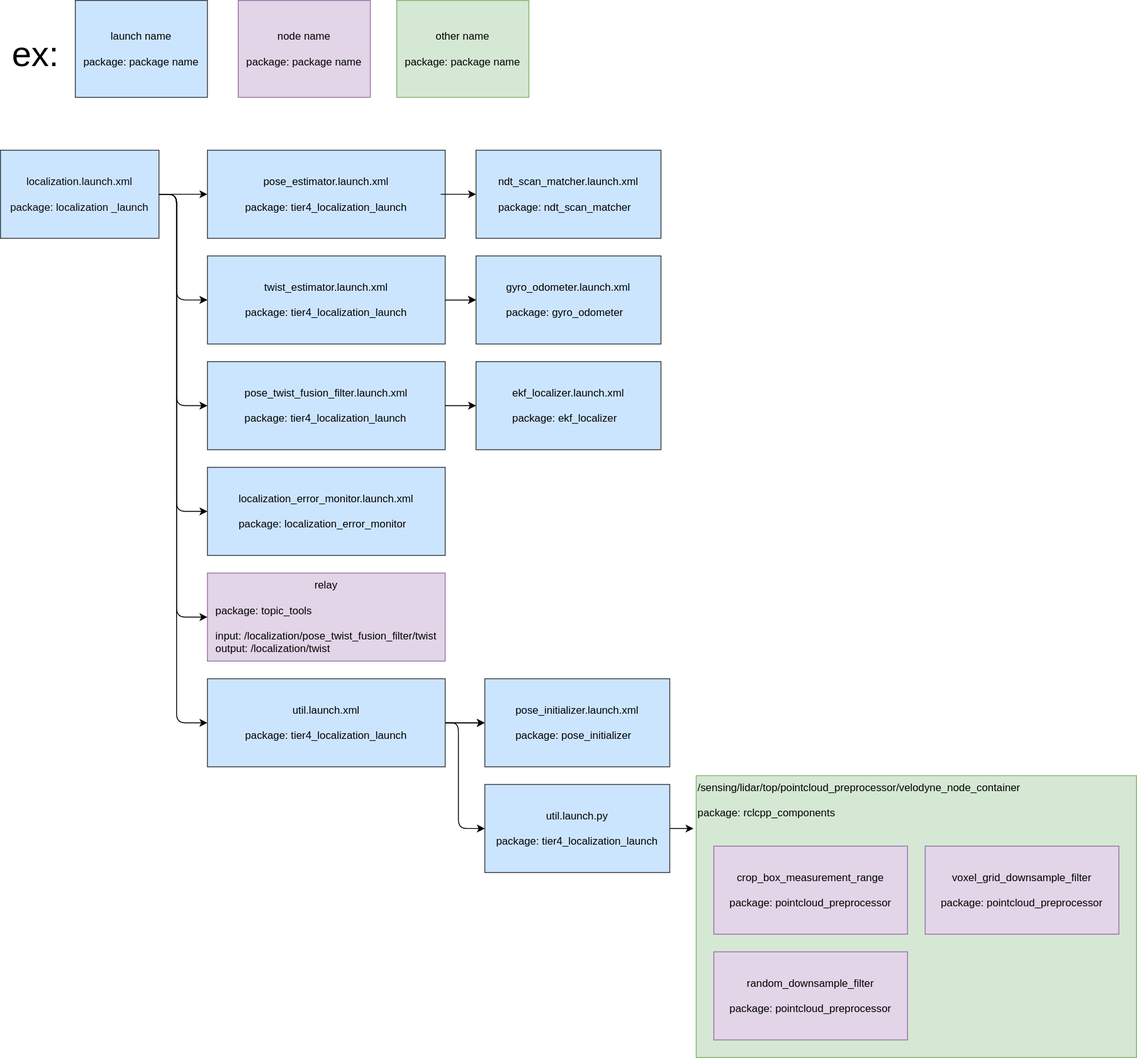
Before: main/launch/tier4_localization_launch/localization_launch.drawio.svg, a diagram exported from draw.io (ralwing/autoware.universe). Source tidied: cells renumbered, new cells last; positions are measured from the earlier drawing's top-left corner, leaving out a move shared by most shapes.
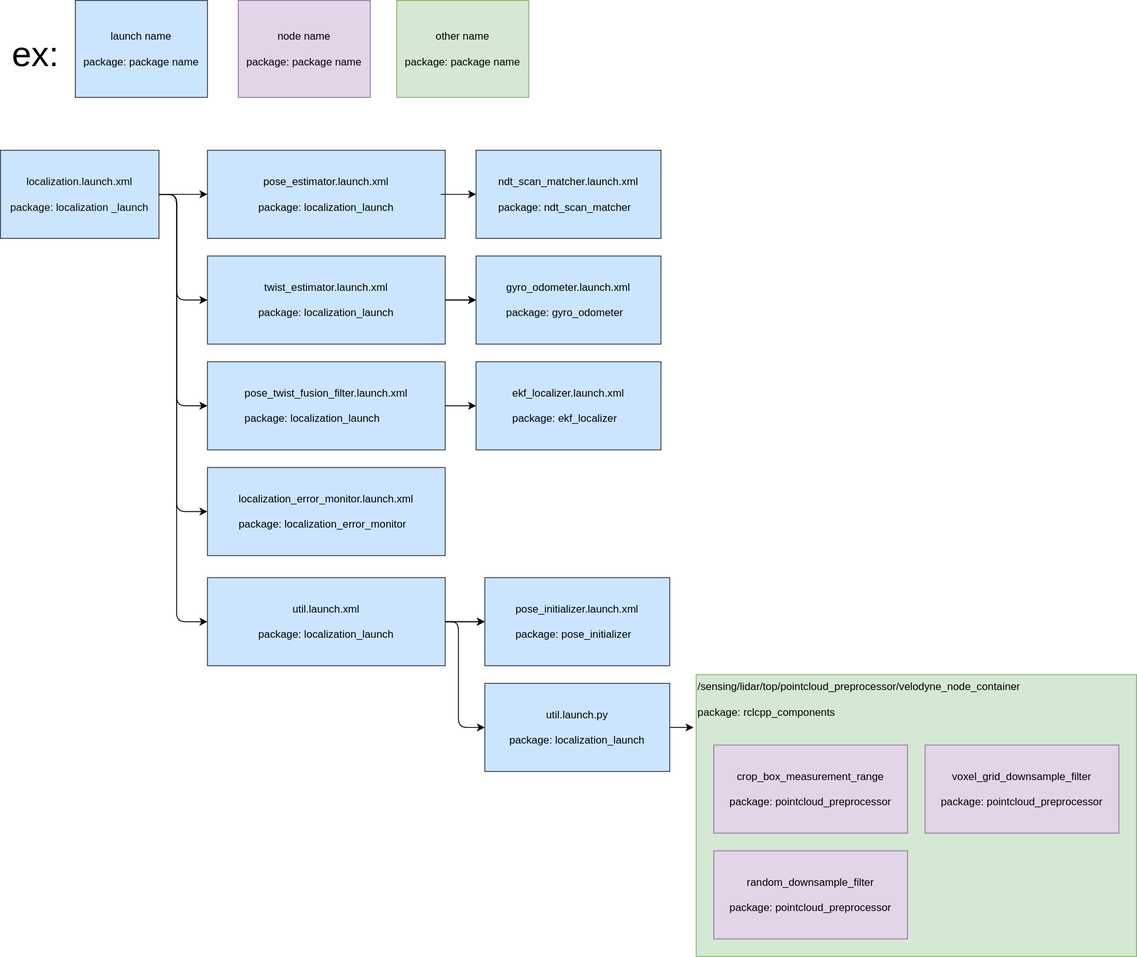
The same file after the commit.

Diff of the diagram source:
```diff
@@ -3,7 +3,7 @@
     <mxCell id="0" />
     <mxCell id="1" parent="0" />
     <mxCell id="2" value="/sensing/lidar/top/pointcloud_preprocessor/velodyne_node_container&lt;br&gt;&lt;br&gt;&lt;div&gt;&lt;span&gt;package: rclcpp_components&lt;/span&gt;&lt;/div&gt;" style="rounded=0;whiteSpace=wrap;html=1;fillColor=#d5e8d4;strokeColor=#82b366;fontColor=#000000;verticalAlign=top;align=left;" parent="1" vertex="1">
-      <mxGeometry x="790" y="880" width="500" height="320" as="geometry" />
+      <mxGeometry x="790" y="765" width="500" height="320" as="geometry" />
     </mxCell>
     <mxCell id="3" value="localization.launch.xml&lt;br&gt;&lt;br&gt;&lt;div&gt;&lt;span&gt;package: localization&lt;/span&gt;&lt;span&gt;_launch&lt;/span&gt;&lt;/div&gt;" style="rounded=0;whiteSpace=wrap;html=1;fillColor=#cce5ff;strokeColor=#36393d;fontColor=#0A0A0A;verticalAlign=middle;align=center;" parent="1" vertex="1">
       <mxGeometry y="170" width="180" height="100" as="geometry" />
@@ -15,13 +15,13 @@
       <mxGeometry relative="1" as="geometry" />
     </mxCell>
     <mxCell id="6" value="util.launch.xml&lt;br&gt;&lt;br&gt;&lt;div style=&quot;text-align: left&quot;&gt;package: localization_launch&lt;/div&gt;" style="rounded=0;whiteSpace=wrap;html=1;fillColor=#cce5ff;strokeColor=#36393d;fontColor=#000000;" parent="1" vertex="1">
-      <mxGeometry x="235" y="770" width="270" height="100" as="geometry" />
+      <mxGeometry x="235" y="655" width="270" height="100" as="geometry" />
     </mxCell>
     <mxCell id="7" style="endArrow=classic;html=1;exitX=1;exitY=0.5;exitDx=0;exitDy=0;entryX=0;entryY=0.5;entryDx=0;entryDy=0;" parent="1" edge="1" source="3" target="6">
       <mxGeometry relative="1" as="geometry">
         <Array as="points">
           <mxPoint x="200" y="220" />
-          <mxPoint x="200" y="820" />
+          <mxPoint x="200" y="705" />
         </Array>
       </mxGeometry>
     </mxCell>
@@ -89,17 +89,6 @@
         </Array>
       </mxGeometry>
     </mxCell>
-    <mxCell id="22" value="relay&lt;br&gt;&lt;br&gt;&lt;div style=&quot;text-align: left&quot;&gt;&lt;span&gt;package: topic_tools&lt;/span&gt;&lt;/div&gt;&lt;div style=&quot;text-align: left&quot;&gt;&lt;span&gt;&lt;br&gt;&lt;/span&gt;&lt;/div&gt;&lt;div style=&quot;text-align: left&quot;&gt;&lt;span&gt;input: /localization/pose_twist_fusion_filter/twist&lt;/span&gt;&lt;/div&gt;&lt;div style=&quot;text-align: left&quot;&gt;&lt;span&gt;output: /localization/twist&lt;/span&gt;&lt;/div&gt;" style="rounded=0;whiteSpace=wrap;html=1;fillColor=#e1d5e7;strokeColor=#9673a6;fontColor=#000000;" parent="1" vertex="1">
-      <mxGeometry x="235" y="650" width="270" height="100" as="geometry" />
-    </mxCell>
-    <mxCell id="23" style="endArrow=classic;html=1;exitX=1;exitY=0.5;exitDx=0;exitDy=0;entryX=0;entryY=0.5;entryDx=0;entryDy=0;" parent="1" edge="1" source="3" target="22">
-      <mxGeometry relative="1" as="geometry">
-        <Array as="points">
-          <mxPoint x="200" y="220" />
-          <mxPoint x="200" y="700" />
-        </Array>
-      </mxGeometry>
-    </mxCell>
     <mxCell id="24" value="ndt_scan_matcher.launch.xml&lt;br&gt;&lt;br&gt;&lt;div style=&quot;text-align: left&quot;&gt;&lt;span&gt;package: ndt_scan_matcher&lt;/span&gt;&lt;/div&gt;" style="rounded=0;whiteSpace=wrap;html=1;fillColor=#cce5ff;strokeColor=#36393d;fontColor=#000000;" parent="1" vertex="1">
       <mxGeometry x="540" y="170" width="210" height="100" as="geometry" />
     </mxCell>
@@ -119,31 +108,31 @@
       <mxGeometry relative="1" as="geometry" />
     </mxCell>
     <mxCell id="30" value="pose_initializer.launch.xml&lt;br&gt;&lt;br&gt;&lt;div style=&quot;text-align: left&quot;&gt;&lt;span&gt;package: pose_initializer&lt;/span&gt;&lt;/div&gt;" style="rounded=0;whiteSpace=wrap;html=1;fillColor=#cce5ff;strokeColor=#36393d;fontColor=#000000;" parent="1" vertex="1">
-      <mxGeometry x="550" y="770" width="210" height="100" as="geometry" />
+      <mxGeometry x="550" y="655" width="210" height="100" as="geometry" />
     </mxCell>
     <mxCell id="31" value="util.launch.py&lt;br&gt;&lt;br&gt;&lt;div style=&quot;text-align: left&quot;&gt;&lt;span&gt;package: localization_launch&lt;/span&gt;&lt;/div&gt;" style="rounded=0;whiteSpace=wrap;html=1;fillColor=#cce5ff;strokeColor=#36393d;fontColor=#000000;" parent="1" vertex="1">
-      <mxGeometry x="550" y="890" width="210" height="100" as="geometry" />
+      <mxGeometry x="550" y="775" width="210" height="100" as="geometry" />
     </mxCell>
     <mxCell id="32" style="endArrow=classic;html=1;exitX=1;exitY=0.5;exitDx=0;exitDy=0;entryX=0;entryY=0.5;entryDx=0;entryDy=0;" parent="1" edge="1" source="6" target="31">
       <mxGeometry relative="1" as="geometry">
         <Array as="points">
-          <mxPoint x="520" y="820" />
-          <mxPoint x="520" y="940" />
+          <mxPoint x="520" y="705" />
+          <mxPoint x="520" y="825" />
         </Array>
       </mxGeometry>
     </mxCell>
     <mxCell id="33" value="crop_box_measurement_range&lt;br&gt;&lt;br&gt;&lt;div style=&quot;text-align: left&quot;&gt;&lt;span&gt;package: pointcloud_preprocessor&lt;/span&gt;&lt;/div&gt;" style="rounded=0;whiteSpace=wrap;html=1;fillColor=#e1d5e7;strokeColor=#9673a6;fontColor=#000000;" parent="1" vertex="1">
-      <mxGeometry x="810" y="960" width="220" height="100" as="geometry" />
+      <mxGeometry x="810" y="845" width="220" height="100" as="geometry" />
     </mxCell>
     <mxCell id="34" value="voxel_grid_downsample_filter&lt;br&gt;&lt;br&gt;&lt;div style=&quot;text-align: left&quot;&gt;&lt;span&gt;package: pointcloud_preprocessor&lt;/span&gt;&lt;/div&gt;" style="rounded=0;whiteSpace=wrap;html=1;fillColor=#e1d5e7;strokeColor=#9673a6;fontColor=#000000;" parent="1" vertex="1">
-      <mxGeometry x="1050" y="960" width="220" height="100" as="geometry" />
+      <mxGeometry x="1050" y="845" width="220" height="100" as="geometry" />
     </mxCell>
     <mxCell id="35" value="random_downsample_filter&lt;br&gt;&lt;br&gt;&lt;div style=&quot;text-align: left&quot;&gt;&lt;span&gt;package: pointcloud_preprocessor&lt;/span&gt;&lt;/div&gt;" style="rounded=0;whiteSpace=wrap;html=1;fillColor=#e1d5e7;strokeColor=#9673a6;fontColor=#000000;" parent="1" vertex="1">
-      <mxGeometry x="810" y="1080" width="220" height="100" as="geometry" />
+      <mxGeometry x="810" y="965" width="220" height="100" as="geometry" />
     </mxCell>
     <mxCell id="36" style="edgeStyle=orthogonalEdgeStyle;rounded=0;jettySize=auto;html=1;exitX=1;exitY=0.5;exitDx=0;exitDy=0;" parent="1" edge="1" source="31">
       <mxGeometry relative="1" as="geometry">
-        <mxPoint x="787" y="940" as="targetPoint" />
+        <mxPoint x="787" y="825" as="targetPoint" />
       </mxGeometry>
     </mxCell>
   </root>
```
